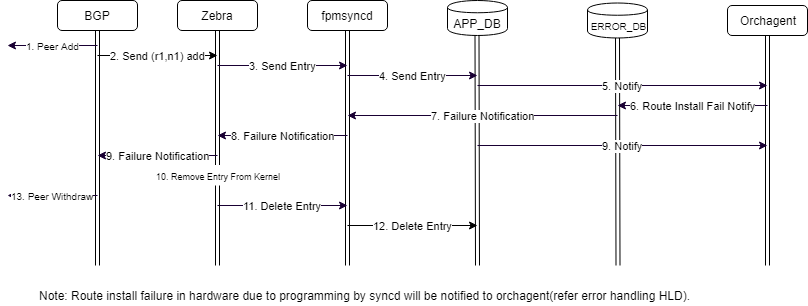
Above: doc/bgp_error_handling/images/bgp_error_handling_flow2.png in sonic-net/SONiC (draw.io), before the change. Source tidied: cells renumbered, new cells last; positions are measured from the earlier drawing's top-left corner, leaving out a move shared by most shapes.
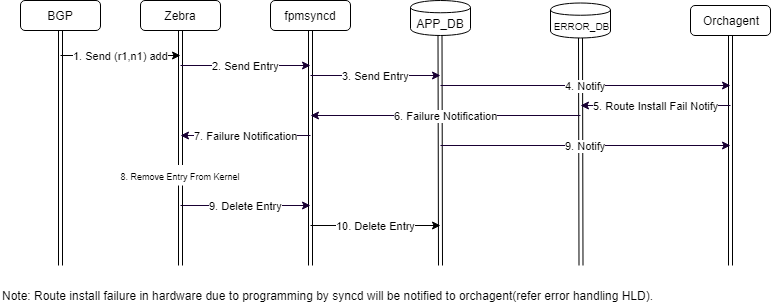
After the change.

Commit message:
changes for supporting positive ACK for BGP error handling

What changed in the source:
```diff
@@ -33,7 +33,7 @@
         <mxPoint x="469.5" y="35" as="targetPoint" />
       </mxGeometry>
     </mxCell>
-    <mxCell id="10" value="2. Send (r1,n1) add" style="endArrow=classic;html=1;shadow=0;labelBackgroundColor=#FFFFFF;" parent="1" edge="1">
+    <mxCell id="10" value="1. Send (r1,n1) add" style="endArrow=classic;html=1;shadow=0;labelBackgroundColor=#FFFFFF;" parent="1" edge="1">
       <mxGeometry relative="1" as="geometry">
         <mxPoint x="90" y="55" as="sourcePoint" />
         <mxPoint x="210" y="55" as="targetPoint" />
@@ -56,37 +56,37 @@
         <mxPoint x="760" y="265" as="sourcePoint" />
       </mxGeometry>
     </mxCell>
-    <mxCell id="15" value="3. Send Entry" style="endArrow=classic;html=1;shadow=0;labelBackgroundColor=#FFFFFF;strokeColor=#190033;" parent="1" edge="1">
+    <mxCell id="15" value="2. Send Entry" style="endArrow=classic;html=1;shadow=0;labelBackgroundColor=#FFFFFF;strokeColor=#190033;" parent="1" edge="1">
       <mxGeometry relative="1" as="geometry">
         <mxPoint x="210" y="65" as="sourcePoint" />
         <mxPoint x="340" y="65" as="targetPoint" />
       </mxGeometry>
     </mxCell>
-    <mxCell id="16" value="4. Send Entry" style="endArrow=classic;html=1;shadow=0;labelBackgroundColor=#FFFFFF;strokeColor=#190033;" parent="1" edge="1">
+    <mxCell id="16" value="3. Send Entry" style="endArrow=classic;html=1;shadow=0;labelBackgroundColor=#FFFFFF;strokeColor=#190033;" parent="1" edge="1">
       <mxGeometry relative="1" as="geometry">
         <mxPoint x="340" y="75" as="sourcePoint" />
         <mxPoint x="470" y="75" as="targetPoint" />
       </mxGeometry>
     </mxCell>
-    <mxCell id="17" value="5. Notify" style="endArrow=classic;html=1;shadow=0;labelBackgroundColor=#FFFFFF;strokeColor=#190033;" parent="1" edge="1">
+    <mxCell id="17" value="4. Notify" style="endArrow=classic;html=1;shadow=0;labelBackgroundColor=#FFFFFF;strokeColor=#190033;" parent="1" edge="1">
       <mxGeometry relative="1" as="geometry">
         <mxPoint x="470" y="85" as="sourcePoint" />
         <mxPoint x="760" y="85" as="targetPoint" />
       </mxGeometry>
     </mxCell>
-    <mxCell id="18" value="6. Route Install Fail Notify" style="endArrow=classic;html=1;shadow=0;labelBackgroundColor=#FFFFFF;strokeColor=#190033;" parent="1" edge="1">
+    <mxCell id="18" value="5. Route Install Fail Notify" style="endArrow=classic;html=1;shadow=0;labelBackgroundColor=#FFFFFF;strokeColor=#190033;" parent="1" edge="1">
       <mxGeometry relative="1" as="geometry">
         <mxPoint x="760" y="105" as="sourcePoint" />
         <mxPoint x="610" y="105" as="targetPoint" />
       </mxGeometry>
     </mxCell>
-    <mxCell id="19" value="7. Failure Notification" style="endArrow=classic;html=1;shadow=0;labelBackgroundColor=#FFFFFF;strokeColor=#190033;" parent="1" edge="1">
+    <mxCell id="19" value="6. Failure Notification" style="endArrow=classic;html=1;shadow=0;labelBackgroundColor=#FFFFFF;strokeColor=#190033;" parent="1" edge="1">
       <mxGeometry relative="1" as="geometry">
         <mxPoint x="610" y="115" as="sourcePoint" />
         <mxPoint x="340" y="115" as="targetPoint" />
       </mxGeometry>
     </mxCell>
-    <mxCell id="20" value="11. Delete Entry" style="endArrow=classic;html=1;shadow=0;labelBackgroundColor=#FFFFFF;strokeColor=#190033;" parent="1" edge="1">
+    <mxCell id="20" value="9. Delete Entry" style="endArrow=classic;html=1;shadow=0;labelBackgroundColor=#FFFFFF;strokeColor=#190033;" parent="1" edge="1">
       <mxGeometry relative="1" as="geometry">
         <mxPoint x="210" y="205" as="sourcePoint" />
         <mxPoint x="340" y="205" as="targetPoint" />
@@ -98,13 +98,13 @@
         <mxPoint x="760" y="145" as="targetPoint" />
       </mxGeometry>
     </mxCell>
-    <mxCell id="22" value="8. Failure Notification" style="endArrow=classic;html=1;shadow=0;labelBackgroundColor=#FFFFFF;strokeColor=#190033;" parent="1" edge="1">
+    <mxCell id="22" value="7. Failure Notification" style="endArrow=classic;html=1;shadow=0;labelBackgroundColor=#FFFFFF;strokeColor=#190033;" parent="1" edge="1">
       <mxGeometry relative="1" as="geometry">
         <mxPoint x="340" y="135" as="sourcePoint" />
         <mxPoint x="210" y="135" as="targetPoint" />
       </mxGeometry>
     </mxCell>
-    <mxCell id="23" value="&lt;font style=&quot;font-size: 9px&quot;&gt;10. Remove Entry From Kernel&lt;/font&gt;" style="text;html=1;strokeColor=#FFFFFF;fillColor=#FFFFFF;align=center;verticalAlign=middle;whiteSpace=wrap;rounded=0;" parent="1" vertex="1">
+    <mxCell id="23" value="&lt;font style=&quot;font-size: 9px&quot;&gt;8. Remove Entry From Kernel&lt;/font&gt;" style="text;html=1;strokeColor=#FFFFFF;fillColor=#FFFFFF;align=center;verticalAlign=middle;whiteSpace=wrap;rounded=0;" parent="1" vertex="1">
       <mxGeometry x="145" y="165" width="130" height="20" as="geometry" />
     </mxCell>
     <mxCell id="24" style="shape=link;html=1;entryX=0.5;entryY=1;entryDx=0;entryDy=0;" parent="1" edge="1" target="23">
@@ -112,30 +112,12 @@
         <mxPoint x="210" y="265" as="sourcePoint" />
       </mxGeometry>
     </mxCell>
-    <mxCell id="25" value="9. Failure Notification" style="endArrow=classic;html=1;shadow=0;labelBackgroundColor=#FFFFFF;strokeColor=#190033;" parent="1" edge="1">
-      <mxGeometry relative="1" as="geometry">
-        <mxPoint x="210" y="155" as="sourcePoint" />
-        <mxPoint x="90" y="155" as="targetPoint" />
-      </mxGeometry>
-    </mxCell>
-    <mxCell id="26" value="&lt;font style=&quot;font-size: 10px&quot;&gt;13. Peer Withdraw&lt;/font&gt;" style="endArrow=classic;html=1;shadow=0;labelBackgroundColor=#FFFFFF;strokeColor=#190033;" parent="1" edge="1">
-      <mxGeometry relative="1" as="geometry">
-        <mxPoint x="90" y="195" as="sourcePoint" />
-        <mxPoint y="195" as="targetPoint" />
-      </mxGeometry>
-    </mxCell>
     <object id="27" label="Note: Route install failure in hardware due to programming by syncd will be notified to orchagent(refer error handling HLD)." name="Variable" placeholders="1">
       <mxCell style="text;html=1;strokeColor=none;fillColor=none;align=left;verticalAlign=middle;whiteSpace=wrap;overflow=hidden;" parent="1" vertex="1">
         <mxGeometry x="30" y="285" width="730" height="20" as="geometry" />
       </mxCell>
     </object>
-    <mxCell id="28" value="&lt;font style=&quot;font-size: 10px&quot;&gt;1. Peer Add&lt;/font&gt;" style="endArrow=classic;html=1;shadow=0;labelBackgroundColor=#FFFFFF;strokeColor=#190033;" parent="1" edge="1">
-      <mxGeometry relative="1" as="geometry">
-        <mxPoint x="90" y="45" as="sourcePoint" />
-        <mxPoint y="45" as="targetPoint" />
-      </mxGeometry>
-    </mxCell>
-    <mxCell id="29" value="&lt;font style=&quot;font-size: 11px&quot;&gt;12. Delete Entry&lt;/font&gt;" style="endArrow=classic;html=1;" parent="1" edge="1">
+    <mxCell id="29" value="&lt;font style=&quot;font-size: 11px&quot;&gt;10. Delete Entry&lt;/font&gt;" style="endArrow=classic;html=1;" parent="1" edge="1">
       <mxGeometry relative="1" as="geometry">
         <mxPoint x="340" y="225" as="sourcePoint" />
         <mxPoint x="470" y="225" as="targetPoint" />
```
